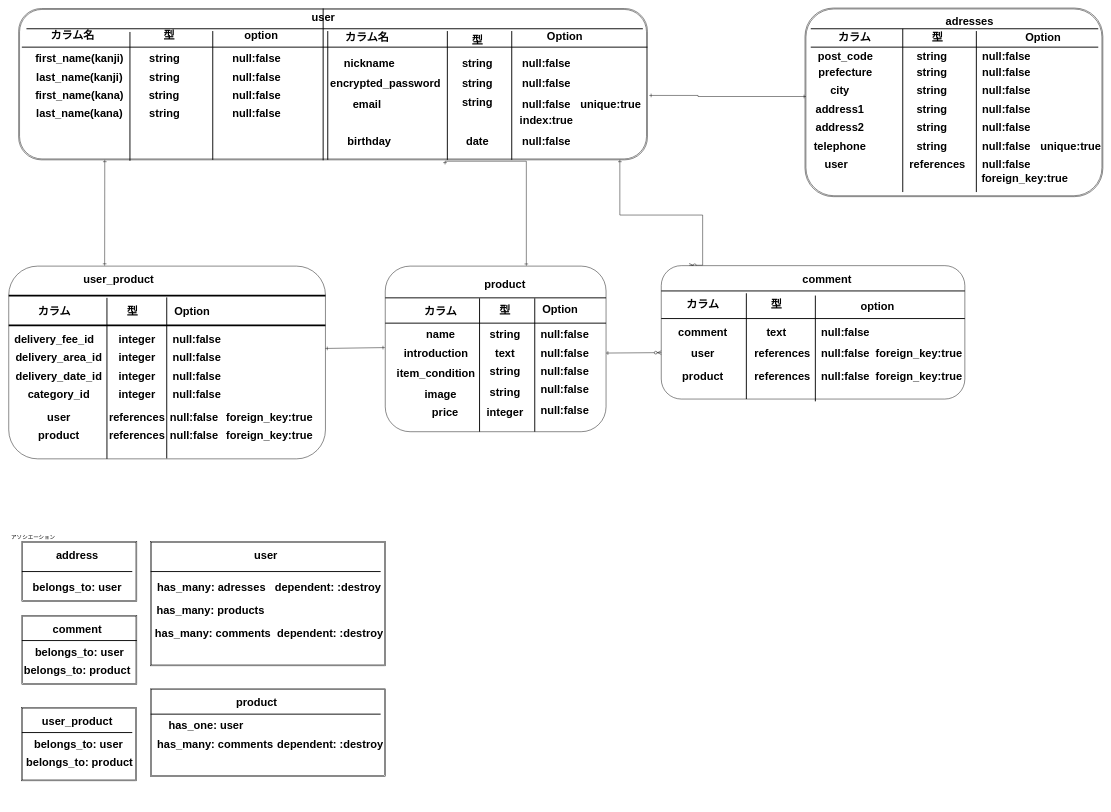
Kaneko-Yukihiro0117/furima-32413 keeps this draw.io diagram as test.dio. Above is the earlier version. Source tidied: cells renumbered, new cells numbered last; positions are measured from the earlier drawing's top-left corner, leaving out a move shared by most shapes. Both pictures are drawn from the tidied source at 46%, with x=0, y=0 at pixel (8, 8).
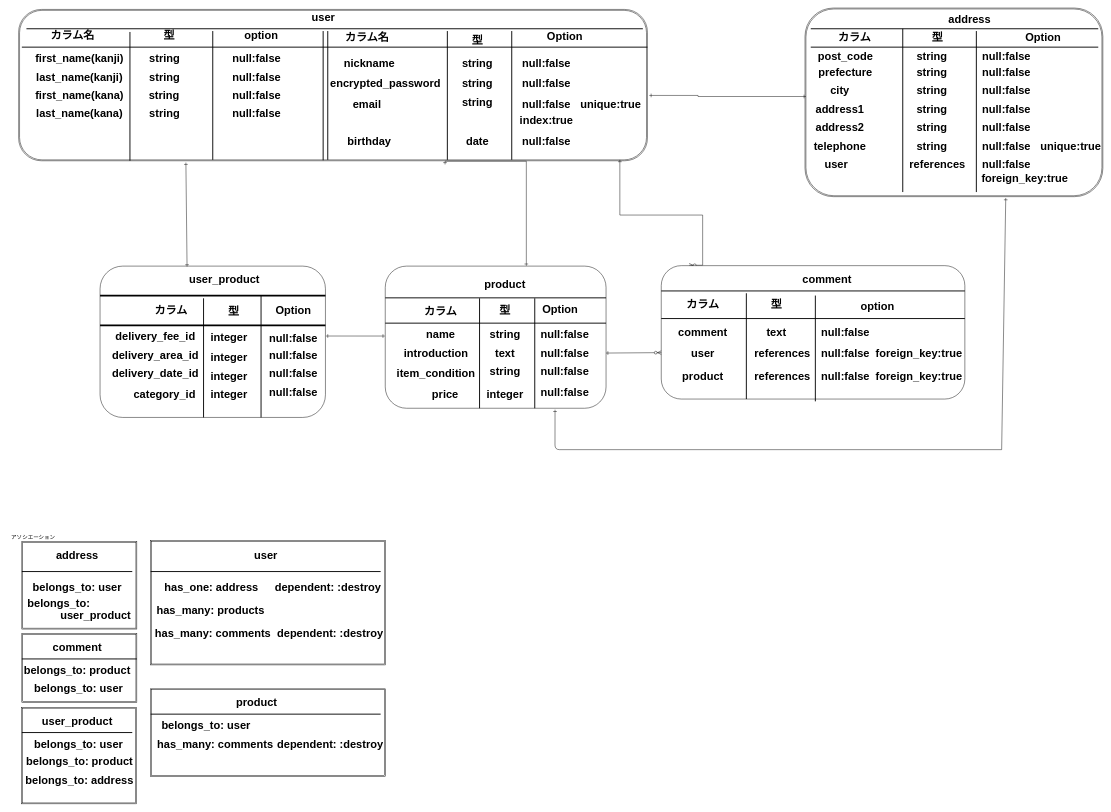
The same page after the edit.

The change refers to these unchanged cells:
```xml
<mxCell id="41" style="shape=ext;double=1;rounded=1;whiteSpace=wrap;html=1;" parent="1" vertex="1">
  <mxGeometry x="1732.5" width="647.5" height="410" as="geometry" />
</mxCell>
```

Diff of the diagram source:
```diff
@@
     <mxCell id="2" style="shape=ext;double=1;rounded=0;whiteSpace=wrap;html=1;" parent="1" vertex="1">
-      <mxGeometry x="30" y="1320" width="250" height="150" as="geometry" />
+      <mxGeometry x="30" y="1360" width="250" height="150" as="geometry" />
     </mxCell>
     <mxCell id="3" style="rounded=1;whiteSpace=wrap;html=1;" parent="1" vertex="1">
-      <mxGeometry x="1.5" y="561" width="688.5" height="419" as="geometry" />
+      <mxGeometry x="200" y="561" width="490" height="329" as="geometry" />
     </mxCell>
@@
     <mxCell id="5" style="shape=ext;double=1;rounded=1;whiteSpace=wrap;html=1;" parent="1" vertex="1">
-      <mxGeometry x="23" y="1" width="1367" height="329" as="geometry" />
+      <mxGeometry x="23" y="3" width="1367" height="329" as="geometry" />
     </mxCell>
@@
-    <mxCell id="43" value="adresses" style="text;strokeColor=none;fillColor=none;html=1;fontSize=24;fontStyle=1;verticalAlign=middle;align=center;" parent="1" vertex="1">
-      <mxGeometry x="2040" y="10" width="100" height="40" as="geometry" />
+    <mxCell id="43" value="address" style="text;strokeColor=none;fillColor=none;html=1;fontSize=24;fontStyle=1;verticalAlign=middle;align=center;" parent="1" vertex="1">
+      <mxGeometry x="2040" y="5" width="100" height="40" as="geometry" />
     </mxCell>
@@
     <mxCell id="67" style="rounded=1;whiteSpace=wrap;html=1;" parent="1" vertex="1">
-      <mxGeometry x="820" y="561" width="480" height="360" as="geometry" />
+      <mxGeometry x="820" y="561" width="480" height="309" as="geometry" />
     </mxCell>
@@
     <mxCell id="91" value="category_id" style="text;strokeColor=none;fillColor=none;html=1;fontSize=24;fontStyle=1;verticalAlign=middle;align=center;" parent="1" vertex="1">
-      <mxGeometry x="60" y="820" width="100" height="40" as="geometry" />
+      <mxGeometry x="290" y="820" width="100" height="40" as="geometry" />
     </mxCell>
     <mxCell id="92" value="delivery_fee_id" style="text;strokeColor=none;fillColor=none;html=1;fontSize=24;fontStyle=1;verticalAlign=middle;align=center;" parent="1" vertex="1">
-      <mxGeometry x="50" y="700" width="100" height="40" as="geometry" />
+      <mxGeometry x="270" y="695" width="100" height="40" as="geometry" />
     </mxCell>
@@
     <mxCell id="94" value="delivery_area_id" style="text;strokeColor=none;fillColor=none;html=1;fontSize=24;fontStyle=1;verticalAlign=middle;align=center;" parent="1" vertex="1">
-      <mxGeometry x="60" y="740" width="100" height="40" as="geometry" />
+      <mxGeometry x="270" y="735" width="100" height="40" as="geometry" />
     </mxCell>
     <mxCell id="95" value="price" style="text;strokeColor=none;fillColor=none;html=1;fontSize=24;fontStyle=1;verticalAlign=middle;align=center;" parent="1" vertex="1">
-      <mxGeometry x="900" y="860" width="100" height="40" as="geometry" />
+      <mxGeometry x="900" y="820" width="100" height="40" as="geometry" />
     </mxCell>
-    <mxCell id="96" value="image" style="text;strokeColor=none;fillColor=none;html=1;fontSize=24;fontStyle=1;verticalAlign=middle;align=center;" parent="1" vertex="1">
-      <mxGeometry x="890" y="820" width="100" height="40" as="geometry" />
-    </mxCell>
     <mxCell id="97" style="line;strokeWidth=2;direction=south;html=1;" parent="1" vertex="1">
-      <mxGeometry x="1020" y="631" width="10" height="290" as="geometry" />
+      <mxGeometry x="1020" y="631" width="10" height="239" as="geometry" />
     </mxCell>
     <mxCell id="98" style="line;strokeWidth=2;direction=south;html=1;" parent="1" vertex="1">
-      <mxGeometry x="1140" y="631" width="10" height="290" as="geometry" />
+      <mxGeometry x="1140" y="631" width="10" height="239" as="geometry" />
     </mxCell>
@@
     <mxCell id="103" value="integer" style="text;strokeColor=none;fillColor=none;html=1;fontSize=24;fontStyle=1;verticalAlign=middle;align=center;" parent="1" vertex="1">
-      <mxGeometry x="1030" y="860" width="100" height="40" as="geometry" />
+      <mxGeometry x="1030" y="820" width="100" height="40" as="geometry" />
     </mxCell>
-    <mxCell id="104" value="string" style="text;strokeColor=none;fillColor=none;html=1;fontSize=24;fontStyle=1;verticalAlign=middle;align=center;" parent="1" vertex="1">
-      <mxGeometry x="1030" y="815" width="100" height="40" as="geometry" />
-    </mxCell>
@@
     <mxCell id="107" value="null:false" style="text;strokeColor=none;fillColor=none;html=1;fontSize=24;fontStyle=1;verticalAlign=middle;align=center;" parent="1" vertex="1">
-      <mxGeometry x="360" y="785" width="100" height="30" as="geometry" />
+      <mxGeometry x="570" y="780" width="100" height="30" as="geometry" />
     </mxCell>
@@
-    <mxCell id="109" value="null:false" style="text;strokeColor=none;fillColor=none;html=1;fontSize=24;fontStyle=1;verticalAlign=middle;align=center;" parent="1" vertex="1">
-      <mxGeometry x="1160" y="810" width="100" height="40" as="geometry" />
-    </mxCell>
     <mxCell id="110" value="null:false" style="text;strokeColor=none;fillColor=none;html=1;fontSize=24;fontStyle=1;verticalAlign=middle;align=center;" parent="1" vertex="1">
-      <mxGeometry x="360" y="740" width="100" height="40" as="geometry" />
+      <mxGeometry x="570" y="735" width="100" height="40" as="geometry" />
     </mxCell>
     <mxCell id="111" value="null:false" style="text;strokeColor=none;fillColor=none;html=1;fontSize=24;fontStyle=1;verticalAlign=middle;align=center;" parent="1" vertex="1">
-      <mxGeometry x="1160" y="855" width="100" height="40" as="geometry" />
+      <mxGeometry x="1160" y="815" width="100" height="40" as="geometry" />
     </mxCell>
     <mxCell id="112" value="null:false" style="text;strokeColor=none;fillColor=none;html=1;fontSize=24;fontStyle=1;verticalAlign=middle;align=center;" parent="1" vertex="1">
-      <mxGeometry x="360" y="700" width="100" height="40" as="geometry" />
+      <mxGeometry x="570" y="698" width="100" height="40" as="geometry" />
     </mxCell>
@@
     <mxCell id="121" style="shape=ext;double=1;rounded=0;whiteSpace=wrap;html=1;" parent="1" vertex="1">
-      <mxGeometry x="30" y="1160" width="250" height="130" as="geometry" />
+      <mxGeometry x="30" y="1160" width="250" height="190" as="geometry" />
     </mxCell>
@@
     <mxCell id="125" style="shape=ext;double=1;rounded=0;whiteSpace=wrap;html=1;" parent="1" vertex="1">
-      <mxGeometry x="29" y="1520" width="250" height="160" as="geometry" />
+      <mxGeometry x="29" y="1520" width="250" height="210" as="geometry" />
     </mxCell>
     <mxCell id="126" value="comment" style="text;strokeColor=none;fillColor=none;html=1;fontSize=24;fontStyle=1;verticalAlign=middle;align=center;" parent="1" vertex="1">
-      <mxGeometry x="100" y="1330" width="100" height="40" as="geometry" />
+      <mxGeometry x="100" y="1370" width="100" height="40" as="geometry" />
     </mxCell>
     <mxCell id="127" style="line;strokeWidth=2;html=1;" parent="1" vertex="1">
-      <mxGeometry x="30" y="1370" width="250" height="10" as="geometry" />
+      <mxGeometry x="30" y="1410" width="250" height="10" as="geometry" />
     </mxCell>
     <mxCell id="128" value="belongs_to: user" style="text;strokeColor=none;fillColor=none;html=1;fontSize=24;fontStyle=1;verticalAlign=middle;align=center;" parent="1" vertex="1">
-      <mxGeometry x="105" y="1380" width="100" height="40" as="geometry" />
+      <mxGeometry x="102.5" y="1460" width="100" height="40" as="geometry" />
     </mxCell>
@@
     <mxCell id="130" style="shape=ext;double=1;rounded=0;whiteSpace=wrap;html=1;" parent="1" vertex="1">
-      <mxGeometry x="310" y="1160" width="510" height="270" as="geometry" />
+      <mxGeometry x="310" y="1158" width="510" height="270" as="geometry" />
     </mxCell>
@@
-    <mxCell id="133" value="has_many: adresses&amp;nbsp;" style="text;strokeColor=none;fillColor=none;html=1;fontSize=24;fontStyle=1;verticalAlign=middle;align=center;" parent="1" vertex="1">
+    <mxCell id="133" value="has_one: address&amp;nbsp;" style="text;strokeColor=none;fillColor=none;html=1;fontSize=24;fontStyle=1;verticalAlign=middle;align=center;" parent="1" vertex="1">
       <mxGeometry x="395" y="1240" width="100" height="40" as="geometry" />
     </mxCell>
@@
-    <mxCell id="141" value="has_one: user" style="text;strokeColor=none;fillColor=none;html=1;fontSize=24;fontStyle=1;verticalAlign=middle;align=center;" parent="1" vertex="1">
+    <mxCell id="141" value="belongs_to: user" style="text;strokeColor=none;fillColor=none;html=1;fontSize=24;fontStyle=1;verticalAlign=middle;align=center;" parent="1" vertex="1">
       <mxGeometry x="380" y="1540" width="100" height="40" as="geometry" />
     </mxCell>
@@
     <mxCell id="145" style="line;strokeWidth=2;direction=south;html=1;" parent="1" vertex="1">
-      <mxGeometry x="680" y="1" width="10" height="330" as="geometry" />
+      <mxGeometry x="680" y="50" width="10" height="281" as="geometry" />
     </mxCell>
@@
     <mxCell id="152" value="integer" style="text;strokeColor=none;fillColor=none;html=1;fontSize=24;fontStyle=1;verticalAlign=middle;align=center;" parent="1" vertex="1">
-      <mxGeometry x="230" y="740" width="100" height="40" as="geometry" />
+      <mxGeometry x="430" y="740" width="100" height="40" as="geometry" />
     </mxCell>
     <mxCell id="153" value="integer" style="text;strokeColor=none;fillColor=none;html=1;fontSize=24;fontStyle=1;verticalAlign=middle;align=center;" parent="1" vertex="1">
-      <mxGeometry x="230" y="700" width="100" height="40" as="geometry" />
+      <mxGeometry x="430" y="695.5" width="100" height="40" as="geometry" />
     </mxCell>
     <mxCell id="154" value="integer" style="text;strokeColor=none;fillColor=none;html=1;fontSize=24;fontStyle=1;verticalAlign=middle;align=center;" parent="1" vertex="1">
-      <mxGeometry x="230" y="780" width="100" height="40" as="geometry" />
+      <mxGeometry x="430" y="780" width="100" height="40" as="geometry" />
     </mxCell>
     <mxCell id="155" value="integer" style="text;strokeColor=none;fillColor=none;html=1;fontSize=24;fontStyle=1;verticalAlign=middle;align=center;" parent="1" vertex="1">
-      <mxGeometry x="230" y="820" width="100" height="40" as="geometry" />
+      <mxGeometry x="430" y="820" width="100" height="40" as="geometry" />
     </mxCell>
     <mxCell id="156" value="user_product" style="text;strokeColor=none;fillColor=none;html=1;fontSize=24;fontStyle=1;verticalAlign=middle;align=center;" parent="1" vertex="1">
-      <mxGeometry x="190" y="570" width="100" height="40" as="geometry" />
+      <mxGeometry x="420" y="570" width="100" height="40" as="geometry" />
     </mxCell>
     <mxCell id="157" style="line;strokeWidth=4;html=1;perimeter=backbonePerimeter;" parent="1" vertex="1">
-      <mxGeometry x="1.5" y="620" width="688.5" height="10" as="geometry" />
+      <mxGeometry x="200" y="620" width="490" height="10" as="geometry" />
     </mxCell>
     <mxCell id="158" style="line;strokeWidth=4;html=1;perimeter=backbonePerimeter;" parent="1" vertex="1">
-      <mxGeometry x="1.5" y="685" width="688.5" height="10" as="geometry" />
+      <mxGeometry x="200" y="685" width="490" height="10" as="geometry" />
     </mxCell>
     <mxCell id="159" value="カラム" style="text;strokeColor=none;fillColor=none;html=1;fontSize=24;fontStyle=1;verticalAlign=middle;align=center;" parent="1" vertex="1">
-      <mxGeometry x="50" y="640" width="100" height="40" as="geometry" />
+      <mxGeometry x="304" y="637" width="100" height="40" as="geometry" />
     </mxCell>
     <mxCell id="160" value="delivery_date_id" style="text;strokeColor=none;fillColor=none;html=1;fontSize=24;fontStyle=1;verticalAlign=middle;align=center;" parent="1" vertex="1">
-      <mxGeometry x="60" y="780" width="100" height="40" as="geometry" />
+      <mxGeometry x="270" y="775" width="100" height="40" as="geometry" />
     </mxCell>
     <mxCell id="161" value="null:false" style="text;strokeColor=none;fillColor=none;html=1;fontSize=24;fontStyle=1;verticalAlign=middle;align=center;" parent="1" vertex="1">
-      <mxGeometry x="360" y="820" width="100" height="40" as="geometry" />
+      <mxGeometry x="570" y="815" width="100" height="40" as="geometry" />
     </mxCell>
     <mxCell id="162" style="line;strokeWidth=2;direction=south;html=1;" parent="1" vertex="1">
-      <mxGeometry x="210" y="630" width="10" height="350" as="geometry" />
+      <mxGeometry x="420" y="631" width="10" height="259" as="geometry" />
     </mxCell>
     <mxCell id="163" style="line;strokeWidth=2;direction=south;html=1;" parent="1" vertex="1">
-      <mxGeometry x="340" y="629" width="10" height="350" as="geometry" />
+      <mxGeometry x="545" y="625" width="10" height="265" as="geometry" />
     </mxCell>
     <mxCell id="164" value="型" style="text;strokeColor=none;fillColor=none;html=1;fontSize=24;fontStyle=1;verticalAlign=middle;align=center;" parent="1" vertex="1">
-      <mxGeometry x="220" y="640" width="100" height="40" as="geometry" />
+      <mxGeometry x="440" y="640" width="100" height="40" as="geometry" />
     </mxCell>
     <mxCell id="165" value="Option" style="text;strokeColor=none;fillColor=none;html=1;fontSize=24;fontStyle=1;verticalAlign=middle;align=center;" parent="1" vertex="1">
-      <mxGeometry x="350" y="640" width="100" height="40" as="geometry" />
+      <mxGeometry x="570" y="637" width="100" height="40" as="geometry" />
     </mxCell>
-    <mxCell id="166" style="endArrow=ERone;html=1;entryX=0.137;entryY=1;entryDx=0;entryDy=0;entryPerimeter=0;startArrow=ERone;startFill=0;endFill=0;" parent="1" edge="1" target="5">
-      <mxGeometry relative="1" as="geometry">
-        <mxPoint x="210" y="560" as="sourcePoint" />
-      </mxGeometry>
+    <mxCell id="166" style="endArrow=ERone;html=1;entryX=0.266;entryY=1.012;entryDx=0;entryDy=0;entryPerimeter=0;startArrow=ERone;startFill=0;endFill=0;exitX=0.386;exitY=0.003;exitDx=0;exitDy=0;exitPerimeter=0;" parent="1" edge="1" source="3" target="5">
+      <mxGeometry relative="1" as="geometry" />
     </mxCell>
@@
     <mxCell id="170" value="belongs_to: product" style="text;strokeColor=none;fillColor=none;html=1;fontSize=24;fontStyle=1;verticalAlign=middle;align=center;" parent="1" vertex="1">
-      <mxGeometry x="105" y="1620" width="100" height="40" as="geometry" />
+      <mxGeometry x="105" y="1619" width="100" height="40" as="geometry" />
     </mxCell>
-    <mxCell id="171" value="user" style="text;strokeColor=none;fillColor=none;html=1;fontSize=24;fontStyle=1;verticalAlign=middle;align=center;" parent="1" vertex="1">
-      <mxGeometry x="60" y="870" width="100" height="40" as="geometry" />
-    </mxCell>
-    <mxCell id="172" value="product" style="text;strokeColor=none;fillColor=none;html=1;fontSize=24;fontStyle=1;verticalAlign=middle;align=center;" parent="1" vertex="1">
-      <mxGeometry x="60" y="910" width="100" height="40" as="geometry" />
-    </mxCell>
-    <mxCell id="173" value="references" style="text;strokeColor=none;fillColor=none;html=1;fontSize=24;fontStyle=1;verticalAlign=middle;align=center;" parent="1" vertex="1">
-      <mxGeometry x="230" y="870" width="100" height="40" as="geometry" />
-    </mxCell>
-    <mxCell id="174" value="references" style="text;strokeColor=none;fillColor=none;html=1;fontSize=24;fontStyle=1;verticalAlign=middle;align=center;" parent="1" vertex="1">
-      <mxGeometry x="230" y="910" width="100" height="40" as="geometry" />
-    </mxCell>
-    <mxCell id="175" value="null:false" style="text;strokeColor=none;fillColor=none;html=1;fontSize=24;fontStyle=1;verticalAlign=middle;align=center;" parent="1" vertex="1">
-      <mxGeometry x="354" y="870" width="100" height="40" as="geometry" />
-    </mxCell>
-    <mxCell id="176" value="null:false" style="text;strokeColor=none;fillColor=none;html=1;fontSize=24;fontStyle=1;verticalAlign=middle;align=center;" parent="1" vertex="1">
-      <mxGeometry x="354" y="910" width="100" height="40" as="geometry" />
-    </mxCell>
-    <mxCell id="177" value="foreign_key:true" style="text;strokeColor=none;fillColor=none;html=1;fontSize=24;fontStyle=1;verticalAlign=middle;align=center;" parent="1" vertex="1">
-      <mxGeometry x="510" y="870" width="115" height="40" as="geometry" />
-    </mxCell>
-    <mxCell id="178" value="foreign_key:true" style="text;strokeColor=none;fillColor=none;html=1;fontSize=24;fontStyle=1;verticalAlign=middle;align=center;" parent="1" vertex="1">
-      <mxGeometry x="517.5" y="910" width="100" height="40" as="geometry" />
-    </mxCell>
     <mxCell id="179" style="endArrow=ERone;html=1;entryX=-0.002;entryY=0.492;entryDx=0;entryDy=0;entryPerimeter=0;startArrow=ERone;startFill=0;endFill=0;" parent="1" edge="1" target="67">
       <mxGeometry relative="1" as="geometry">
-        <mxPoint x="690" y="740" as="sourcePoint" />
+        <mxPoint x="691" y="713" as="sourcePoint" />
       </mxGeometry>
     </mxCell>
@@
+    <mxCell id="186" style="endArrow=ERone;html=1;entryX=0.674;entryY=1.007;entryDx=0;entryDy=0;entryPerimeter=0;endFill=0;" parent="1" edge="1" target="41">
+      <mxGeometry relative="1" as="geometry">
+        <mxPoint x="2160" y="960" as="sourcePoint" />
+      </mxGeometry>
+    </mxCell>
+    <mxCell id="187" style="endArrow=ERone;html=1;entryX=0.769;entryY=1.01;entryDx=0;entryDy=0;entryPerimeter=0;endFill=0;" parent="1" edge="1" target="67">
+      <mxGeometry relative="1" as="geometry">
+        <mxPoint x="2160" y="960" as="sourcePoint" />
+        <Array as="points">
+          <mxPoint x="1189" y="960" />
+        </Array>
+      </mxGeometry>
+    </mxCell>
+    <mxCell id="188" value="belongs_to:" style="text;strokeColor=none;fillColor=none;html=1;fontSize=24;fontStyle=1;verticalAlign=middle;align=center;" parent="1" vertex="1">
+      <mxGeometry x="60" y="1275" width="100" height="40" as="geometry" />
+    </mxCell>
+    <mxCell id="189" value="user_product" style="text;strokeColor=none;fillColor=none;html=1;fontSize=24;fontStyle=1;verticalAlign=middle;align=center;" parent="1" vertex="1">
+      <mxGeometry x="140" y="1300" width="100" height="40" as="geometry" />
+    </mxCell>
+    <mxCell id="190" value="belongs_to: address" style="text;strokeColor=none;fillColor=none;html=1;fontSize=24;fontStyle=1;verticalAlign=middle;align=center;" parent="1" vertex="1">
+      <mxGeometry x="105" y="1660" width="100" height="40" as="geometry" />
+    </mxCell>
```
